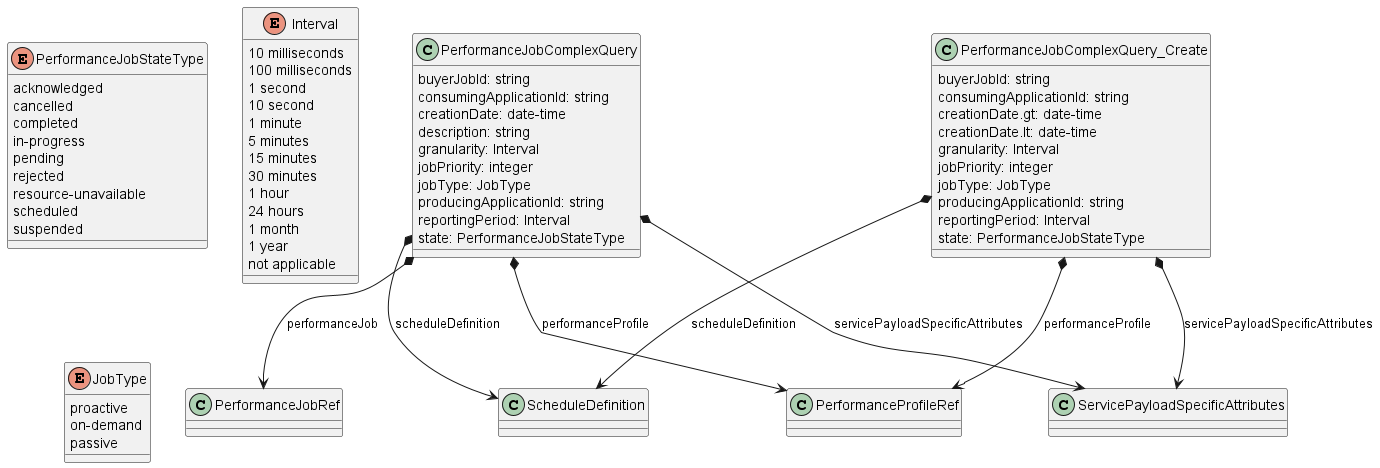
Earlier version of the PlantUML export documentation/serviceApi/pm/performance/media/performanceJobComplexQueryModel.png (MEF-GIT/MEF-LSO-Legato-SDK). Its diagram source:
```plantuml
@startuml performanceJobComplexQueryModel

class PerformanceJobComplexQuery {

    buyerJobId: string
    consumingApplicationId: string
    creationDate: date-time
    description: string
    granularity: Interval
    jobPriority: integer
    jobType: JobType
    producingApplicationId: string
    reportingPeriod: Interval
    state: PerformanceJobStateType
}

PerformanceJobComplexQuery *--> PerformanceJobRef : performanceJob
PerformanceJobComplexQuery *--> PerformanceProfileRef : performanceProfile
PerformanceJobComplexQuery *--> ScheduleDefinition : scheduleDefinition
PerformanceJobComplexQuery *--> ServicePayloadSpecificAttributes : servicePayloadSpecificAttributes


class PerformanceJobComplexQuery_Create {

    buyerJobId: string
    consumingApplicationId: string
    creationDate.gt: date-time
    creationDate.lt: date-time
    granularity: Interval
    jobPriority: integer
    jobType: JobType
    producingApplicationId: string
    reportingPeriod: Interval
    state: PerformanceJobStateType
}

PerformanceJobComplexQuery_Create *--> PerformanceProfileRef : performanceProfile
PerformanceJobComplexQuery_Create *--> ScheduleDefinition : scheduleDefinition
PerformanceJobComplexQuery_Create *--> ServicePayloadSpecificAttributes : servicePayloadSpecificAttributes

enum PerformanceJobStateType {

    acknowledged
    cancelled
    completed
    in-progress
    pending
    rejected
    resource-unavailable
    scheduled
    suspended
}

enum Interval {

    10 milliseconds
    100 milliseconds
    1 second
    10 second
    1 minute
    5 minutes
    15 minutes
    30 minutes
    1 hour
    24 hours
    1 month
    1 year
    not applicable
}
enum JobType {

    proactive
    on-demand
    passive
}

@enduml
```
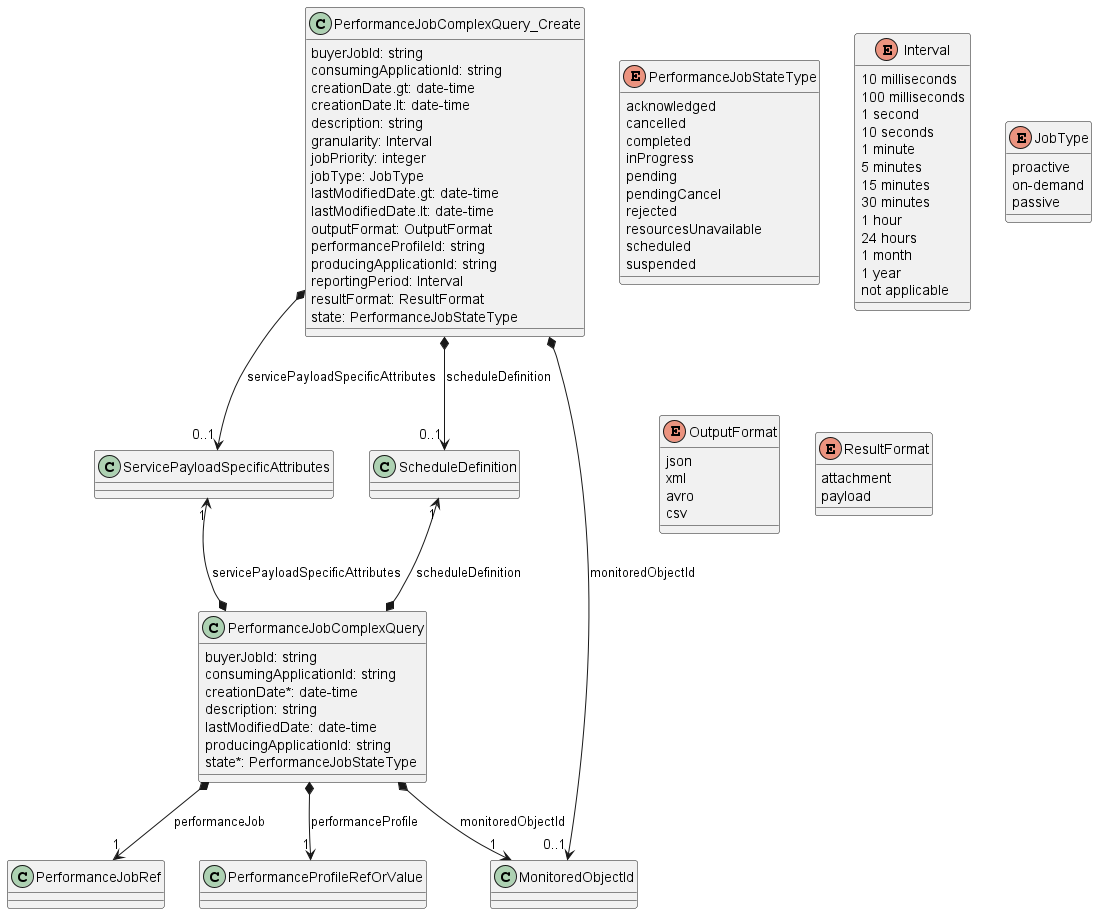
Later version of the same file.

Change to the diagram source:
```diff
@@ -4,20 +4,18 @@
 
     buyerJobId: string
     consumingApplicationId: string
-    creationDate: date-time
+    creationDate*: date-time
     description: string
-    granularity: Interval
-    jobPriority: integer
-    jobType: JobType
+    lastModifiedDate: date-time
     producingApplicationId: string
-    reportingPeriod: Interval
-    state: PerformanceJobStateType
+    state*: PerformanceJobStateType
 }
 
-PerformanceJobComplexQuery *--> PerformanceJobRef : performanceJob
-PerformanceJobComplexQuery *--> PerformanceProfileRef : performanceProfile
-PerformanceJobComplexQuery *--> ScheduleDefinition : scheduleDefinition
-PerformanceJobComplexQuery *--> ServicePayloadSpecificAttributes : servicePayloadSpecificAttributes
+PerformanceJobComplexQuery *-->"1" MonitoredObjectId : monitoredObjectId
+PerformanceJobComplexQuery *-->"1" PerformanceJobRef : performanceJob
+PerformanceJobComplexQuery *-->"1" PerformanceProfileRefOrValue : performanceProfile
+PerformanceJobComplexQuery *-u->"1" ScheduleDefinition : scheduleDefinition
+PerformanceJobComplexQuery *-u->"1" ServicePayloadSpecificAttributes : servicePayloadSpecificAttributes
 
 
 class PerformanceJobComplexQuery_Create {
@@ -26,27 +24,34 @@
     consumingApplicationId: string
     creationDate.gt: date-time
     creationDate.lt: date-time
+    description: string
     granularity: Interval
     jobPriority: integer
     jobType: JobType
+    lastModifiedDate.gt: date-time
+    lastModifiedDate.lt: date-time
+    outputFormat: OutputFormat
+    performanceProfileId: string
     producingApplicationId: string
     reportingPeriod: Interval
+    resultFormat: ResultFormat
     state: PerformanceJobStateType
 }
 
-PerformanceJobComplexQuery_Create *--> PerformanceProfileRef : performanceProfile
-PerformanceJobComplexQuery_Create *--> ScheduleDefinition : scheduleDefinition
-PerformanceJobComplexQuery_Create *--> ServicePayloadSpecificAttributes : servicePayloadSpecificAttributes
+PerformanceJobComplexQuery_Create *-->"0..1" MonitoredObjectId : monitoredObjectId
+PerformanceJobComplexQuery_Create *-->"0..1" ScheduleDefinition : scheduleDefinition
+PerformanceJobComplexQuery_Create *-->"0..1" ServicePayloadSpecificAttributes : servicePayloadSpecificAttributes
 
 enum PerformanceJobStateType {
 
     acknowledged
     cancelled
     completed
-    in-progress
+    inProgress
     pending
+    pendingCancel
     rejected
-    resource-unavailable
+    resourcesUnavailable
     scheduled
     suspended
 }
@@ -56,7 +61,7 @@
     10 milliseconds
     100 milliseconds
     1 second
-    10 second
+    10 seconds
     1 minute
     5 minutes
     15 minutes
@@ -74,4 +79,16 @@
     passive
 }
 
+enum OutputFormat {
+    json
+    xml
+    avro
+    csv
+}
+
+enum ResultFormat {
+    attachment
+    payload
+}
+
 @enduml
```
